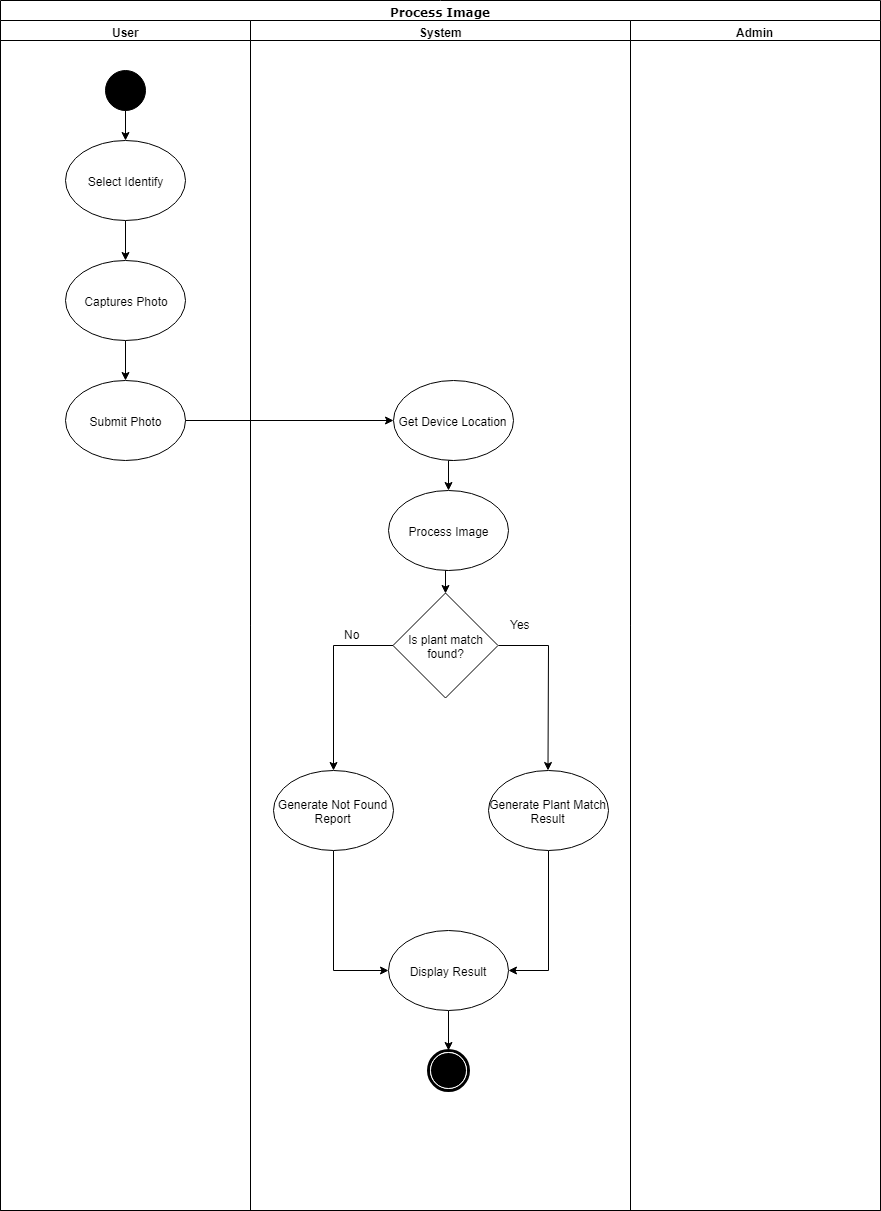
Earlier version of the draw.io export Documentations/Diagrams/1-Activity Diagram/1-Process_Image/Activity Diagram - Process Image.png (seans888/project--lyf). Source tidied: cells renumbered, new cells last; positions are measured from the earlier drawing's top-left corner, leaving out a move shared by most shapes. Source of this version:
```xml
<mxGraphModel background="#ffffff">
  <root>
    <mxCell id="0" />
    <mxCell id="1" parent="0" />
    <mxCell id="2" value="Process Image" style="swimlane;html=1;startSize=20;rounded=0;shadow=0;comic=0;labelBackgroundColor=none;strokeColor=#000000;strokeWidth=1;fillColor=#ffffff;fontFamily=Verdana;fontSize=12;fontColor=#000000;align=center;" parent="1" vertex="1">
      <mxGeometry width="880" height="1210" as="geometry" />
    </mxCell>
    <mxCell id="3" value="User" style="swimlane;html=1;startSize=20;" parent="2" vertex="1">
      <mxGeometry y="20" width="250" height="1190" as="geometry" />
    </mxCell>
    <mxCell id="4" style="edgeStyle=orthogonalEdgeStyle;rounded=0;jettySize=auto;html=1;exitX=0.5;exitY=1;exitDx=0;exitDy=0;entryX=0.5;entryY=0;entryDx=0;entryDy=0;" parent="3" edge="1" source="5" target="7">
      <mxGeometry relative="1" as="geometry" />
    </mxCell>
    <mxCell id="5" style="ellipse;whiteSpace=wrap;html=1;rounded=0;shadow=0;comic=0;labelBackgroundColor=none;strokeColor=#000000;strokeWidth=1;fillColor=#000000;fontFamily=Verdana;fontSize=12;fontColor=#000000;align=center;" parent="3" vertex="1">
      <mxGeometry x="105" y="50" width="40" height="40" as="geometry" />
    </mxCell>
    <mxCell id="6" style="edgeStyle=orthogonalEdgeStyle;rounded=0;jettySize=auto;html=1;exitX=0.5;exitY=1;exitDx=0;exitDy=0;" parent="3" edge="1" source="7" target="9">
      <mxGeometry relative="1" as="geometry" />
    </mxCell>
    <mxCell id="7" value="Select Identify" style="ellipse;whiteSpace=wrap;html=1;" parent="3" vertex="1">
      <mxGeometry x="65" y="120" width="120" height="80" as="geometry" />
    </mxCell>
    <mxCell id="8" style="edgeStyle=orthogonalEdgeStyle;rounded=0;jettySize=auto;html=1;exitX=0.5;exitY=1;exitDx=0;exitDy=0;entryX=0.5;entryY=0;entryDx=0;entryDy=0;" parent="3" edge="1" source="9" target="10">
      <mxGeometry relative="1" as="geometry" />
    </mxCell>
    <mxCell id="9" value="Captures Photo" style="ellipse;whiteSpace=wrap;html=1;" parent="3" vertex="1">
      <mxGeometry x="65" y="240" width="120" height="80" as="geometry" />
    </mxCell>
    <mxCell id="10" value="Submit Photo" style="ellipse;whiteSpace=wrap;html=1;" parent="3" vertex="1">
      <mxGeometry x="65" y="360" width="120" height="80" as="geometry" />
    </mxCell>
    <mxCell id="11" value="System" style="swimlane;html=1;startSize=20;" parent="2" vertex="1">
      <mxGeometry x="250" y="20" width="380" height="1190" as="geometry" />
    </mxCell>
    <mxCell id="12" style="edgeStyle=orthogonalEdgeStyle;rounded=0;jettySize=auto;html=1;exitX=0;exitY=0.5;exitDx=0;exitDy=0;entryX=0.5;entryY=0;entryDx=0;entryDy=0;" parent="11" edge="1" source="14" target="16">
      <mxGeometry relative="1" as="geometry" />
    </mxCell>
    <mxCell id="13" style="edgeStyle=orthogonalEdgeStyle;rounded=0;jettySize=auto;html=1;exitX=1;exitY=0.5;exitDx=0;exitDy=0;" parent="11" edge="1" source="14" target="20">
      <mxGeometry relative="1" as="geometry" />
    </mxCell>
    <mxCell id="14" value="Is plant match found?" style="rhombus;whiteSpace=wrap;html=1;" parent="11" vertex="1">
      <mxGeometry x="142.5" y="572.5" width="105" height="105" as="geometry" />
    </mxCell>
    <mxCell id="15" style="edgeStyle=orthogonalEdgeStyle;rounded=0;jettySize=auto;html=1;exitX=0.5;exitY=1;exitDx=0;exitDy=0;entryX=0;entryY=0.5;entryDx=0;entryDy=0;" parent="11" edge="1" source="16" target="22">
      <mxGeometry relative="1" as="geometry" />
    </mxCell>
    <mxCell id="16" value="Generate Not Found Report" style="ellipse;whiteSpace=wrap;html=1;" parent="11" vertex="1">
      <mxGeometry x="22.5" y="750" width="120" height="80" as="geometry" />
    </mxCell>
    <mxCell id="17" style="edgeStyle=orthogonalEdgeStyle;rounded=0;jettySize=auto;html=1;exitX=0.5;exitY=1;exitDx=0;exitDy=0;entryX=0.5;entryY=0;entryDx=0;entryDy=0;" parent="11" edge="1" source="18" target="25">
      <mxGeometry relative="1" as="geometry" />
    </mxCell>
    <mxCell id="18" value="Get Device Location" style="ellipse;whiteSpace=wrap;html=1;" parent="11" vertex="1">
      <mxGeometry x="142.5" y="360" width="120" height="80" as="geometry" />
    </mxCell>
    <mxCell id="19" style="edgeStyle=orthogonalEdgeStyle;rounded=0;jettySize=auto;html=1;exitX=0.5;exitY=1;exitDx=0;exitDy=0;entryX=1;entryY=0.5;entryDx=0;entryDy=0;" parent="11" edge="1" source="20" target="22">
      <mxGeometry relative="1" as="geometry" />
    </mxCell>
    <mxCell id="20" value="Generate Plant Match Result" style="ellipse;whiteSpace=wrap;html=1;" parent="11" vertex="1">
      <mxGeometry x="237.5" y="750" width="120" height="80" as="geometry" />
    </mxCell>
    <mxCell id="21" style="edgeStyle=orthogonalEdgeStyle;rounded=0;jettySize=auto;html=1;exitX=0.5;exitY=1;exitDx=0;exitDy=0;entryX=0.5;entryY=0;entryDx=0;entryDy=0;" parent="11" edge="1" source="22" target="23">
      <mxGeometry relative="1" as="geometry" />
    </mxCell>
    <mxCell id="22" value="Display Result" style="ellipse;whiteSpace=wrap;html=1;" parent="11" vertex="1">
      <mxGeometry x="137.5" y="910" width="120" height="80" as="geometry" />
    </mxCell>
    <mxCell id="23" style="shape=mxgraph.bpmn.shape;html=1;verticalLabelPosition=bottom;labelBackgroundColor=#ffffff;verticalAlign=top;perimeter=ellipsePerimeter;outline=end;symbol=terminate;rounded=0;shadow=0;comic=0;strokeColor=#000000;strokeWidth=1;fillColor=#ffffff;fontFamily=Verdana;fontSize=12;fontColor=#000000;align=center;" parent="11" vertex="1">
      <mxGeometry x="177.5" y="1030" width="40" height="40" as="geometry" />
    </mxCell>
    <mxCell id="24" style="edgeStyle=orthogonalEdgeStyle;rounded=0;jettySize=auto;html=1;exitX=0.5;exitY=1;exitDx=0;exitDy=0;entryX=0.5;entryY=0;entryDx=0;entryDy=0;" parent="11" edge="1" source="25" target="14">
      <mxGeometry relative="1" as="geometry" />
    </mxCell>
    <mxCell id="25" value="Process Image" style="ellipse;whiteSpace=wrap;html=1;" parent="11" vertex="1">
      <mxGeometry x="137.5" y="470" width="120" height="80" as="geometry" />
    </mxCell>
    <mxCell id="26" value="Yes" style="text;html=1;align=left;verticalAlign=top;spacingTop=-4;" parent="11" vertex="1">
      <mxGeometry x="257.5" y="595" width="40" height="10" as="geometry" />
    </mxCell>
    <mxCell id="27" value="No" style="text;html=1;align=left;verticalAlign=top;spacingTop=-4;" parent="11" vertex="1">
      <mxGeometry x="91.5" y="605" width="30" height="10" as="geometry" />
    </mxCell>
    <mxCell id="28" value="Admin" style="swimlane;html=1;startSize=20;" parent="2" vertex="1">
      <mxGeometry x="630" y="20" width="250" height="1190" as="geometry" />
    </mxCell>
    <mxCell id="29" style="edgeStyle=orthogonalEdgeStyle;rounded=0;jettySize=auto;html=1;exitX=1;exitY=0.5;exitDx=0;exitDy=0;entryX=0;entryY=0.5;entryDx=0;entryDy=0;" parent="2" edge="1" source="10" target="18">
      <mxGeometry relative="1" as="geometry" />
    </mxCell>
  </root>
</mxGraphModel>
```
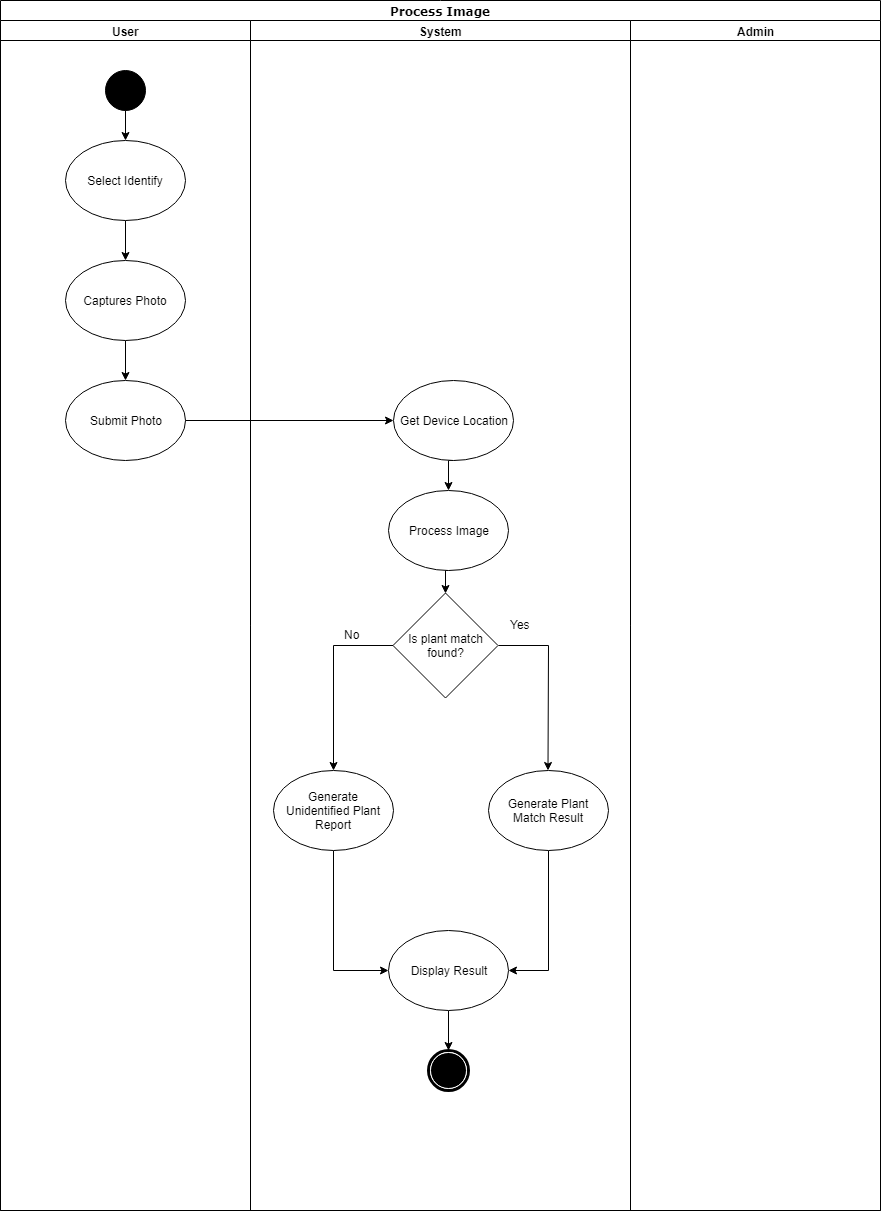
Above is the later version.

What changed in the source:
```diff
@@ -44,7 +44,7 @@
     <mxCell id="15" style="edgeStyle=orthogonalEdgeStyle;rounded=0;jettySize=auto;html=1;exitX=0.5;exitY=1;exitDx=0;exitDy=0;entryX=0;entryY=0.5;entryDx=0;entryDy=0;" parent="11" edge="1" source="16" target="22">
       <mxGeometry relative="1" as="geometry" />
     </mxCell>
-    <mxCell id="16" value="Generate Not Found Report" style="ellipse;whiteSpace=wrap;html=1;" parent="11" vertex="1">
+    <mxCell id="16" value="Generate Unidentified Plant Report" style="ellipse;whiteSpace=wrap;html=1;" parent="11" vertex="1">
       <mxGeometry x="22.5" y="750" width="120" height="80" as="geometry" />
     </mxCell>
     <mxCell id="17" style="edgeStyle=orthogonalEdgeStyle;rounded=0;jettySize=auto;html=1;exitX=0.5;exitY=1;exitDx=0;exitDy=0;entryX=0.5;entryY=0;entryDx=0;entryDy=0;" parent="11" edge="1" source="18" target="25">
```
